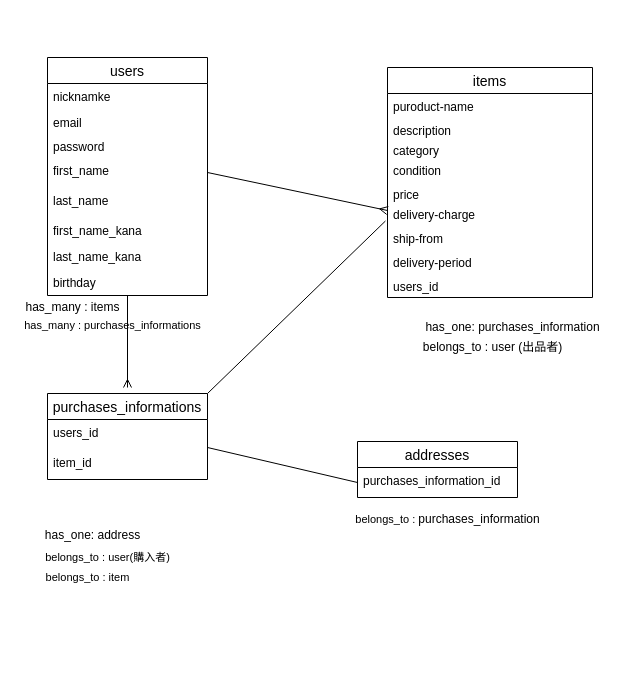
Above: page "ページ1" (1 of 2) of furima.dio in 55tommy/furima-38555 (draw.io), before the change. Source tidied: cells renumbered, new cells numbered last; positions are measured from the earlier drawing's top-left corner, leaving out a move shared by most shapes. Both pictures are drawn from the tidied source at 100%, with x=0, y=0 at pixel (17, 57).
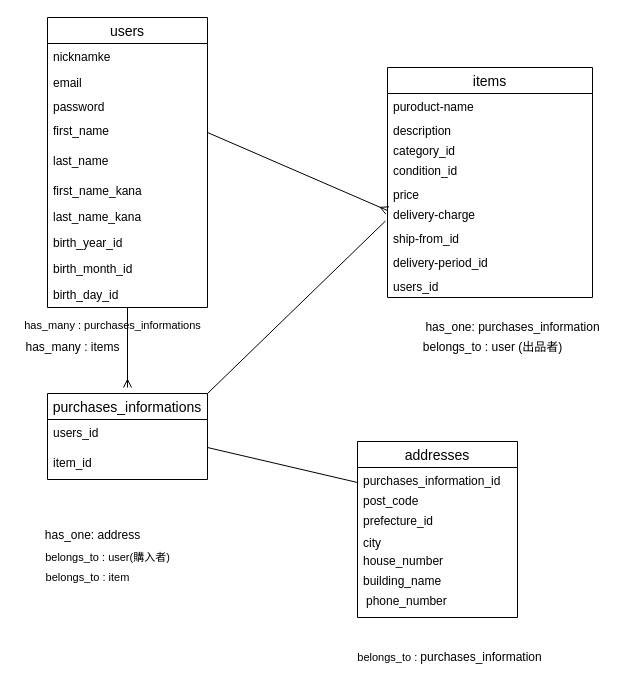
After the change.

The change refers to these unchanged cells:
```xml
<mxCell id="2" value="items" style="swimlane;fontStyle=0;horizontal=1;startSize=26;align=center;fontSize=14;strokeColor=default;rounded=0;" parent="1" vertex="1">
  <mxGeometry x="370" y="10" width="205" height="230" as="geometry" />
</mxCell>
```

Change to the diagram source:
```diff
@@
-    <mxCell id="5" value="category" style="text;strokeColor=none;fillColor=none;spacingLeft=4;spacingRight=4;overflow=hidden;fontSize=12;rounded=0;" parent="2" vertex="1">
+    <mxCell id="5" value="category_id" style="text;strokeColor=none;fillColor=none;spacingLeft=4;spacingRight=4;overflow=hidden;fontSize=12;rounded=0;" parent="2" vertex="1">
       <mxGeometry y="70" width="205" height="20" as="geometry" />
     </mxCell>
-    <mxCell id="6" value="condition" style="text;strokeColor=none;fillColor=none;spacingLeft=4;spacingRight=4;overflow=hidden;fontSize=12;rounded=0;" parent="2" vertex="1">
+    <mxCell id="6" value="condition_id" style="text;strokeColor=none;fillColor=none;spacingLeft=4;spacingRight=4;overflow=hidden;fontSize=12;rounded=0;" parent="2" vertex="1">
       <mxGeometry y="90" width="205" height="24" as="geometry" />
     </mxCell>
@@
-    <mxCell id="9" value="ship-from" style="text;strokeColor=none;fillColor=none;spacingLeft=4;spacingRight=4;overflow=hidden;fontSize=12;rounded=0;" parent="2" vertex="1">
+    <mxCell id="9" value="ship-from_id" style="text;strokeColor=none;fillColor=none;spacingLeft=4;spacingRight=4;overflow=hidden;fontSize=12;rounded=0;" parent="2" vertex="1">
       <mxGeometry y="158" width="205" height="24" as="geometry" />
     </mxCell>
-    <mxCell id="10" value="delivery-period" style="text;strokeColor=none;fillColor=none;spacingLeft=4;spacingRight=4;overflow=hidden;fontSize=12;rounded=0;" parent="2" vertex="1">
+    <mxCell id="10" value="delivery-period_id" style="text;strokeColor=none;fillColor=none;spacingLeft=4;spacingRight=4;overflow=hidden;fontSize=12;rounded=0;" parent="2" vertex="1">
       <mxGeometry y="182" width="205" height="24" as="geometry" />
     </mxCell>
@@
     <mxCell id="13" value="users" style="swimlane;fontStyle=0;horizontal=1;startSize=26;align=center;fontSize=14;rounded=0;" parent="1" vertex="1">
-      <mxGeometry x="30" width="160" height="238" as="geometry" />
+      <mxGeometry x="30" y="-40" width="160" height="290" as="geometry" />
     </mxCell>
@@
-    <mxCell id="21" value="birthday" style="text;strokeColor=none;fillColor=none;spacingLeft=4;spacingRight=4;overflow=hidden;fontSize=12;rounded=0;" parent="13" vertex="1">
+    <mxCell id="21" value="birth_year_id" style="text;strokeColor=none;fillColor=none;spacingLeft=4;spacingRight=4;overflow=hidden;fontSize=12;rounded=0;" parent="13" vertex="1">
       <mxGeometry y="212" width="160" height="26" as="geometry" />
     </mxCell>
+    <mxCell id="38" value="birth_month_id" style="text;strokeColor=none;fillColor=none;spacingLeft=4;spacingRight=4;overflow=hidden;fontSize=12;rounded=0;" parent="13" vertex="1">
+      <mxGeometry y="238" width="160" height="26" as="geometry" />
+    </mxCell>
+    <mxCell id="39" value="birth_day_id" style="text;strokeColor=none;fillColor=none;spacingLeft=4;spacingRight=4;overflow=hidden;fontSize=12;rounded=0;" parent="13" vertex="1">
+      <mxGeometry y="264" width="160" height="26" as="geometry" />
+    </mxCell>
@@
     <mxCell id="26" value="addresses" style="swimlane;fontStyle=0;horizontal=1;startSize=26;align=center;fontSize=14;rounded=0;" parent="1" vertex="1">
-      <mxGeometry x="340" y="384" width="160" height="56" as="geometry" />
+      <mxGeometry x="340" y="384" width="160" height="176" as="geometry" />
     </mxCell>
@@
     <mxCell id="28" value="has_many : items" style="text;html=1;align=center;verticalAlign=middle;strokeColor=none;fillColor=none;" parent="1" vertex="1">
-      <mxGeometry y="240" width="110" height="20" as="geometry" />
+      <mxGeometry y="280" width="110" height="20" as="geometry" />
     </mxCell>
@@
     <mxCell id="36" value="belongs_to :&amp;nbsp;&lt;font style=&quot;font-size: 12px&quot;&gt;purchases_information&lt;/font&gt;" style="text;html=1;align=center;verticalAlign=middle;strokeColor=none;fillColor=none;fontSize=11;fontFamily=Helvetica;fontColor=default;" parent="1" vertex="1">
-      <mxGeometry x="330" y="452" width="200" height="20" as="geometry" />
+      <mxGeometry x="332" y="590" width="200" height="20" as="geometry" />
     </mxCell>
@@
+    <mxCell id="40" value="post_code" style="text;strokeColor=none;fillColor=none;spacingLeft=4;spacingRight=4;overflow=hidden;fontSize=12;rounded=0;" parent="1" vertex="1">
+      <mxGeometry x="340" y="430" width="164" height="30" as="geometry" />
+    </mxCell>
+    <mxCell id="41" value="prefecture_id" style="text;strokeColor=none;fillColor=none;spacingLeft=4;spacingRight=4;overflow=hidden;fontSize=12;rounded=0;" parent="1" vertex="1">
+      <mxGeometry x="340" y="450" width="168" height="30" as="geometry" />
+    </mxCell>
+    <mxCell id="42" value="city" style="text;strokeColor=none;fillColor=none;spacingLeft=4;spacingRight=4;overflow=hidden;fontSize=12;rounded=0;" parent="1" vertex="1">
+      <mxGeometry x="340" y="472" width="168" height="30" as="geometry" />
+    </mxCell>
+    <mxCell id="43" value="house_number" style="text;strokeColor=none;fillColor=none;spacingLeft=4;spacingRight=4;overflow=hidden;fontSize=12;rounded=0;" parent="1" vertex="1">
+      <mxGeometry x="340" y="490" width="184" height="30" as="geometry" />
+    </mxCell>
+    <mxCell id="44" value="building_name " style="text;strokeColor=none;fillColor=none;spacingLeft=4;spacingRight=4;overflow=hidden;fontSize=12;rounded=0;" parent="1" vertex="1">
+      <mxGeometry x="340" y="510" width="194" height="30" as="geometry" />
+    </mxCell>
+    <mxCell id="45" value="phone_number" style="text;strokeColor=none;fillColor=none;spacingLeft=4;spacingRight=4;overflow=hidden;fontSize=12;rounded=0;" parent="1" vertex="1">
+      <mxGeometry x="343" y="530" width="194" height="30" as="geometry" />
+    </mxCell>
```
